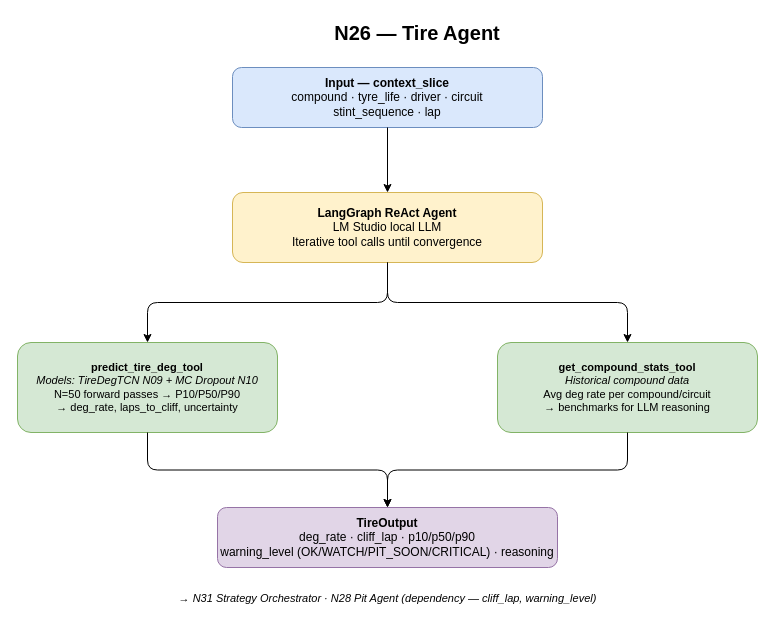
Before: documents/dev_docs/diagrams/agents/N26_tire_agent.drawio in VforVitorio/F1-StratLab, a draw.io diagram. Source tidied: cells renumbered, new cells numbered last; positions are measured from the earlier drawing's top-left corner, leaving out a move shared by most shapes. Both pictures are drawn from the tidied source at 100%, with x=0, y=0 at pixel (17, 17).
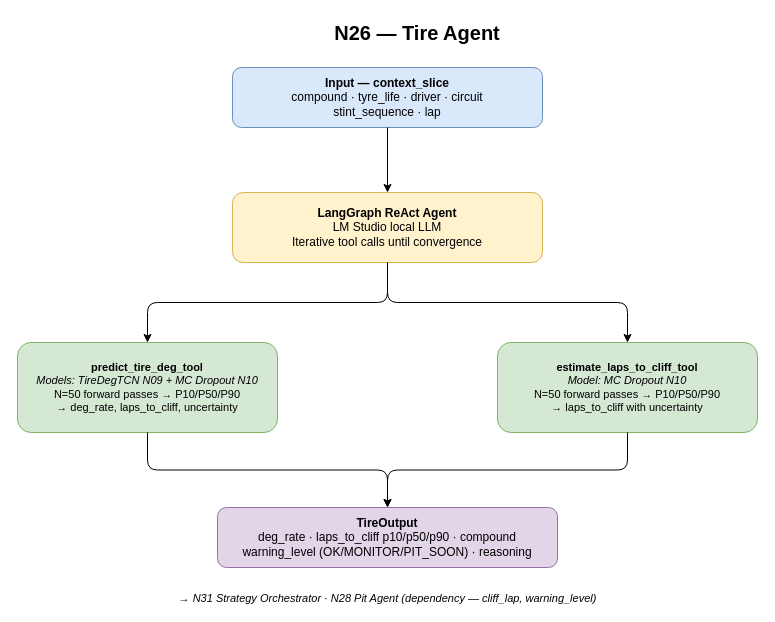
After the change.

Commit message (it also covers changes not shown here):
mark v0.10 complete in ROADMAP, fix stale tool names in N26/N28 diagrams - N31 done, warning levels corrected, circuit_cluster_thresholds status updated

What changed in the source:
```diff
@@
 <mxGraphModel>
   <root>
     <mxCell id="0" />
     <mxCell id="1" parent="0" />
     <mxCell id="2" value="N26 — Tire Agent" style="text;html=1;strokeColor=none;fillColor=none;align=center;verticalAlign=middle;whiteSpace=wrap;fontSize=20;fontStyle=1;" parent="1" vertex="1">
       <mxGeometry x="200" width="400" height="30" as="geometry" />
     </mxCell>
     <mxCell id="3" value="&lt;b&gt;Input — context_slice&lt;/b&gt;&lt;br/&gt;compound · tyre_life · driver · circuit&lt;br/&gt;stint_sequence · lap" style="rounded=1;whiteSpace=wrap;html=1;fillColor=#dae8fc;strokeColor=#6c8ebf;" parent="1" vertex="1">
       <mxGeometry x="215" y="50" width="310" height="60" as="geometry" />
     </mxCell>
     <mxCell id="4" value="&lt;b&gt;LangGraph ReAct Agent&lt;/b&gt;&lt;br/&gt;LM Studio local LLM&lt;br/&gt;Iterative tool calls until convergence" style="rounded=1;whiteSpace=wrap;html=1;fillColor=#fff2cc;strokeColor=#d6b656;" parent="1" vertex="1">
       <mxGeometry x="215" y="175" width="310" height="70" as="geometry" />
     </mxCell>
     <mxCell id="5" value="&lt;b&gt;predict_tire_deg_tool&lt;/b&gt;&lt;br/&gt;&lt;i&gt;Models: TireDegTCN N09 + MC Dropout N10&lt;/i&gt;&lt;br/&gt;N=50 forward passes → P10/P50/P90&lt;br/&gt;→ deg_rate, laps_to_cliff, uncertainty" style="rounded=1;whiteSpace=wrap;html=1;fillColor=#d5e8d4;strokeColor=#82b366;fontSize=11;" parent="1" vertex="1">
       <mxGeometry y="325" width="260" height="90" as="geometry" />
     </mxCell>
-    <mxCell id="6" value="&lt;b&gt;get_compound_stats_tool&lt;/b&gt;&lt;br/&gt;&lt;i&gt;Historical compound data&lt;/i&gt;&lt;br/&gt;Avg deg rate per compound/circuit&lt;br/&gt;→ benchmarks for LLM reasoning" style="rounded=1;whiteSpace=wrap;html=1;fillColor=#d5e8d4;strokeColor=#82b366;fontSize=11;" parent="1" vertex="1">
+    <mxCell id="6" value="&lt;b&gt;estimate_laps_to_cliff_tool&lt;/b&gt;&lt;br/&gt;&lt;i&gt;Model: MC Dropout N10&lt;/i&gt;&lt;br/&gt;N=50 forward passes → P10/P50/P90&lt;br/&gt;→ laps_to_cliff with uncertainty" style="rounded=1;whiteSpace=wrap;html=1;fillColor=#d5e8d4;strokeColor=#82b366;fontSize=11;" parent="1" vertex="1">
       <mxGeometry x="480" y="325" width="260" height="90" as="geometry" />
     </mxCell>
-    <mxCell id="7" value="&lt;b&gt;TireOutput&lt;/b&gt;&lt;br/&gt;deg_rate · cliff_lap · p10/p50/p90&lt;br/&gt;warning_level (OK/WATCH/PIT_SOON/CRITICAL) · reasoning" style="rounded=1;whiteSpace=wrap;html=1;fillColor=#e1d5e7;strokeColor=#9673a6;" parent="1" vertex="1">
+    <mxCell id="7" value="&lt;b&gt;TireOutput&lt;/b&gt;&lt;br/&gt;deg_rate · laps_to_cliff p10/p50/p90 · compound&lt;br/&gt;warning_level (OK/MONITOR/PIT_SOON) · reasoning" style="rounded=1;whiteSpace=wrap;html=1;fillColor=#e1d5e7;strokeColor=#9673a6;" parent="1" vertex="1">
       <mxGeometry x="200" y="490" width="340" height="60" as="geometry" />
     </mxCell>
     <mxCell id="8" value="→ N31 Strategy Orchestrator · N28 Pit Agent (dependency — cliff_lap, warning_level)" style="text;html=1;strokeColor=none;fillColor=none;align=center;fontStyle=2;fontSize=11;" parent="1" vertex="1">
       <mxGeometry x="100" y="568" width="540" height="20" as="geometry" />
     </mxCell>
     <mxCell id="9" style="edgeStyle=orthogonalEdgeStyle;" parent="1" edge="1" source="3" target="4">
       <mxGeometry relative="1" as="geometry" />
     </mxCell>
     <mxCell id="10" style="edgeStyle=orthogonalEdgeStyle;" parent="1" edge="1" source="4" target="5">
       <mxGeometry relative="1" as="geometry" />
     </mxCell>
     <mxCell id="11" style="edgeStyle=orthogonalEdgeStyle;" parent="1" edge="1" source="4" target="6">
       <mxGeometry relative="1" as="geometry" />
     </mxCell>
     <mxCell id="12" style="edgeStyle=orthogonalEdgeStyle;" parent="1" edge="1" source="5" target="7">
       <mxGeometry relative="1" as="geometry" />
     </mxCell>
     <mxCell id="13" style="edgeStyle=orthogonalEdgeStyle;" parent="1" edge="1" source="6" target="7">
       <mxGeometry relative="1" as="geometry" />
     </mxCell>
   </root>
 </mxGraphModel>
```
